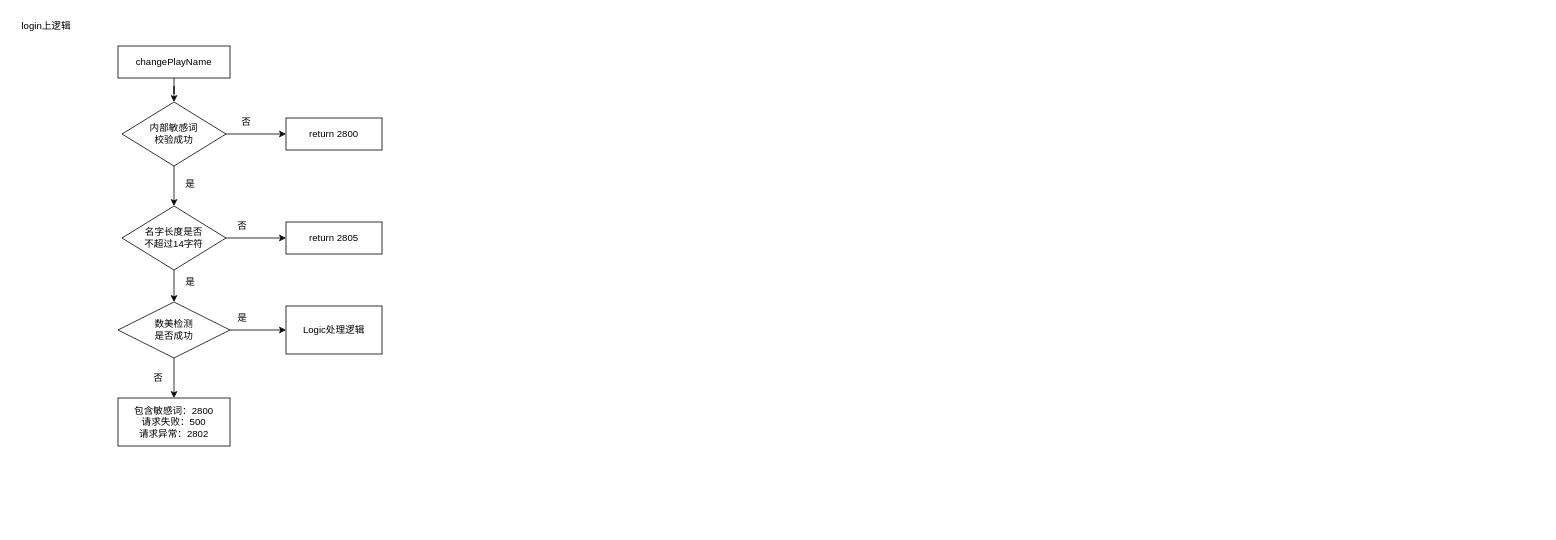
The draw.io diagram SSJJ2/修改角色名备注名.drawio in Ordertiny/graph, before the edit. Source tidied: cells renumbered, new cells numbered last; positions are measured from the earlier drawing's top-left corner, leaving out a move shared by most shapes. Both pictures are drawn from the tidied source at 80%, with x=0, y=0 at pixel (14, 14).
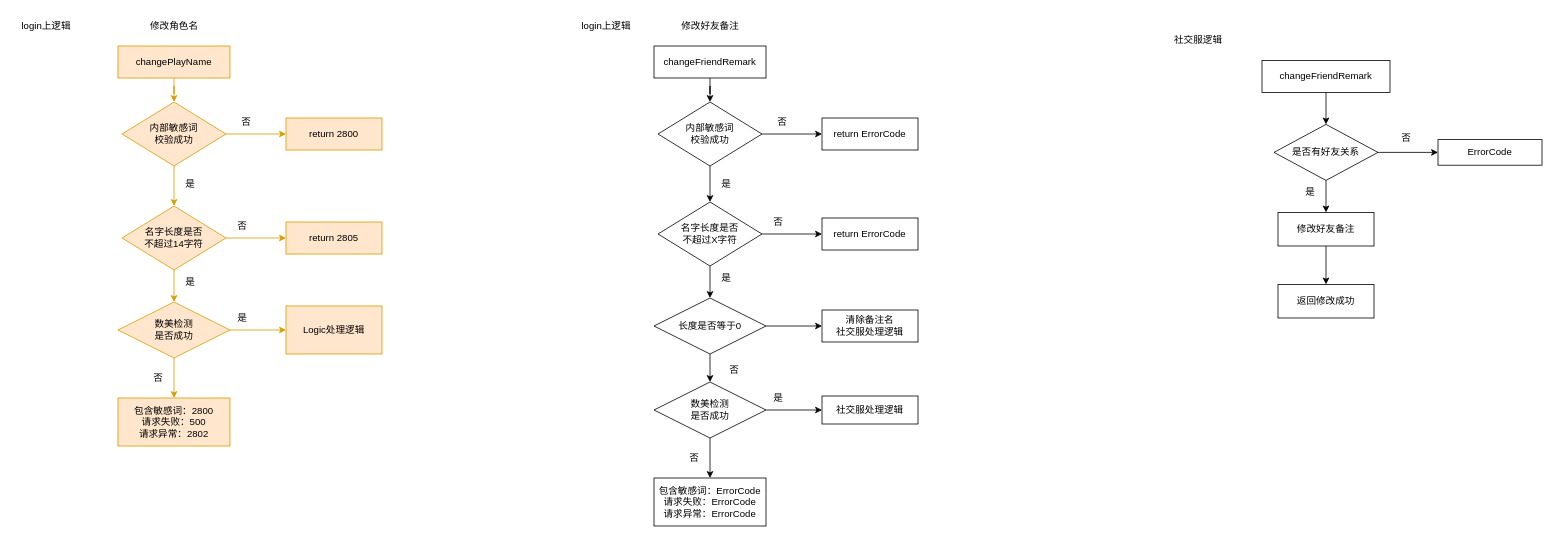
The same page after the edit.

Commit message (it also covers changes not shown here):
更新修改角色名备注名.drawio

Diff of the diagram source:
```diff
@@
-    <mxCell id="2" style="edgeStyle=orthogonalEdgeStyle;rounded=0;jettySize=auto;html=1;exitX=0.5;exitY=1;exitDx=0;exitDy=0;" parent="1" edge="1" source="3" target="6">
+    <mxCell id="2" style="edgeStyle=orthogonalEdgeStyle;rounded=0;jettySize=auto;html=1;exitX=0.5;exitY=1;exitDx=0;exitDy=0;fillColor=#ffe6cc;strokeColor=#d79b00;" parent="1" edge="1" source="3" target="6">
       <mxGeometry relative="1" as="geometry" />
     </mxCell>
-    <mxCell id="3" value="changePlayName" style="rounded=0;whiteSpace=wrap;html=1;" parent="1" vertex="1">
+    <mxCell id="3" value="changePlayName" style="rounded=0;whiteSpace=wrap;html=1;fillColor=#ffe6cc;strokeColor=#d79b00;" parent="1" vertex="1">
       <mxGeometry x="130" y="40" width="140" height="40" as="geometry" />
     </mxCell>
-    <mxCell id="4" style="edgeStyle=orthogonalEdgeStyle;rounded=0;jettySize=auto;html=1;exitX=1;exitY=0.5;exitDx=0;exitDy=0;" parent="1" edge="1" source="6" target="10">
+    <mxCell id="4" style="edgeStyle=orthogonalEdgeStyle;rounded=0;jettySize=auto;html=1;exitX=1;exitY=0.5;exitDx=0;exitDy=0;fillColor=#ffe6cc;strokeColor=#d79b00;" parent="1" edge="1" source="6" target="10">
       <mxGeometry relative="1" as="geometry" />
     </mxCell>
-    <mxCell id="5" style="edgeStyle=orthogonalEdgeStyle;rounded=0;jettySize=auto;html=1;exitX=0.5;exitY=1;exitDx=0;exitDy=0;entryX=0.5;entryY=0;entryDx=0;entryDy=0;" parent="1" edge="1" source="6" target="9">
+    <mxCell id="5" style="edgeStyle=orthogonalEdgeStyle;rounded=0;jettySize=auto;html=1;exitX=0.5;exitY=1;exitDx=0;exitDy=0;entryX=0.5;entryY=0;entryDx=0;entryDy=0;fillColor=#ffe6cc;strokeColor=#d79b00;" parent="1" edge="1" source="6" target="9">
       <mxGeometry relative="1" as="geometry" />
     </mxCell>
-    <mxCell id="6" value="内部敏感词&lt;br&gt;校验成功" style="rhombus;whiteSpace=wrap;html=1;" parent="1" vertex="1">
+    <mxCell id="6" value="内部敏感词&lt;br&gt;校验成功" style="rhombus;whiteSpace=wrap;html=1;fillColor=#ffe6cc;strokeColor=#d79b00;" parent="1" vertex="1">
       <mxGeometry x="135" y="110" width="130" height="80" as="geometry" />
     </mxCell>
-    <mxCell id="7" style="edgeStyle=orthogonalEdgeStyle;rounded=0;jettySize=auto;html=1;exitX=1;exitY=0.5;exitDx=0;exitDy=0;" parent="1" edge="1" source="9" target="11">
+    <mxCell id="7" style="edgeStyle=orthogonalEdgeStyle;rounded=0;jettySize=auto;html=1;exitX=1;exitY=0.5;exitDx=0;exitDy=0;fillColor=#ffe6cc;strokeColor=#d79b00;" parent="1" edge="1" source="9" target="11">
       <mxGeometry relative="1" as="geometry" />
     </mxCell>
-    <mxCell id="8" style="edgeStyle=orthogonalEdgeStyle;rounded=0;jettySize=auto;html=1;exitX=0.5;exitY=1;exitDx=0;exitDy=0;" parent="1" edge="1" source="9" target="16">
+    <mxCell id="8" style="edgeStyle=orthogonalEdgeStyle;rounded=0;jettySize=auto;html=1;exitX=0.5;exitY=1;exitDx=0;exitDy=0;fillColor=#ffe6cc;strokeColor=#d79b00;" parent="1" edge="1" source="9" target="16">
       <mxGeometry relative="1" as="geometry" />
     </mxCell>
-    <mxCell id="9" value="名字长度是否&lt;br&gt;不超过14字符" style="rhombus;whiteSpace=wrap;html=1;" parent="1" vertex="1">
+    <mxCell id="9" value="名字长度是否&lt;br&gt;不超过14字符" style="rhombus;whiteSpace=wrap;html=1;fillColor=#ffe6cc;strokeColor=#d79b00;" parent="1" vertex="1">
       <mxGeometry x="135" y="240" width="130" height="80" as="geometry" />
     </mxCell>
-    <mxCell id="10" value="return&amp;nbsp;2800" style="whiteSpace=wrap;html=1;" parent="1" vertex="1">
+    <mxCell id="10" value="return&amp;nbsp;2800" style="whiteSpace=wrap;html=1;fillColor=#ffe6cc;strokeColor=#d79b00;" parent="1" vertex="1">
       <mxGeometry x="340" y="130" width="120" height="40" as="geometry" />
     </mxCell>
-    <mxCell id="11" value="return&amp;nbsp;2805" style="whiteSpace=wrap;html=1;" parent="1" vertex="1">
+    <mxCell id="11" value="return&amp;nbsp;2805" style="whiteSpace=wrap;html=1;fillColor=#ffe6cc;strokeColor=#d79b00;" parent="1" vertex="1">
       <mxGeometry x="340" y="260" width="120" height="40" as="geometry" />
     </mxCell>
-    <mxCell id="12" value="包含敏感词：2800&lt;br&gt;请求失败：500&lt;br&gt;请求异常：2802" style="rounded=0;whiteSpace=wrap;html=1;" parent="1" vertex="1">
+    <mxCell id="12" value="包含敏感词：2800&lt;br&gt;请求失败：500&lt;br&gt;请求异常：2802" style="rounded=0;whiteSpace=wrap;html=1;fillColor=#ffe6cc;strokeColor=#d79b00;" parent="1" vertex="1">
       <mxGeometry x="130" y="480" width="140" height="60" as="geometry" />
     </mxCell>
-    <mxCell id="13" value="Logic处理逻辑" style="rounded=0;whiteSpace=wrap;html=1;" parent="1" vertex="1">
+    <mxCell id="13" value="Logic处理逻辑" style="rounded=0;whiteSpace=wrap;html=1;fillColor=#ffe6cc;strokeColor=#d79b00;" parent="1" vertex="1">
       <mxGeometry x="340" y="365" width="120" height="60" as="geometry" />
     </mxCell>
-    <mxCell id="14" style="edgeStyle=orthogonalEdgeStyle;rounded=0;jettySize=auto;html=1;exitX=0.5;exitY=1;exitDx=0;exitDy=0;" parent="1" edge="1" source="16" target="12">
+    <mxCell id="14" style="edgeStyle=orthogonalEdgeStyle;rounded=0;jettySize=auto;html=1;exitX=0.5;exitY=1;exitDx=0;exitDy=0;fillColor=#ffe6cc;strokeColor=#d79b00;" parent="1" edge="1" source="16" target="12">
       <mxGeometry relative="1" as="geometry" />
     </mxCell>
-    <mxCell id="15" style="edgeStyle=orthogonalEdgeStyle;rounded=0;jettySize=auto;html=1;exitX=1;exitY=0.5;exitDx=0;exitDy=0;" parent="1" edge="1" source="16" target="13">
+    <mxCell id="15" style="edgeStyle=orthogonalEdgeStyle;rounded=0;jettySize=auto;html=1;exitX=1;exitY=0.5;exitDx=0;exitDy=0;fillColor=#ffe6cc;strokeColor=#d79b00;" parent="1" edge="1" source="16" target="13">
       <mxGeometry relative="1" as="geometry" />
     </mxCell>
-    <mxCell id="16" value="数美检测&lt;br&gt;是否成功" style="rhombus;whiteSpace=wrap;html=1;" parent="1" vertex="1">
+    <mxCell id="16" value="数美检测&lt;br&gt;是否成功" style="rhombus;whiteSpace=wrap;html=1;fillColor=#ffe6cc;strokeColor=#d79b00;" parent="1" vertex="1">
       <mxGeometry x="130" y="360" width="140" height="70" as="geometry" />
     </mxCell>
@@
+    <mxCell id="24" style="edgeStyle=orthogonalEdgeStyle;rounded=0;jettySize=auto;html=1;exitX=0.5;exitY=1;exitDx=0;exitDy=0;" parent="1" edge="1" source="25" target="28">
+      <mxGeometry relative="1" as="geometry" />
+    </mxCell>
+    <mxCell id="25" value="changeFriendRemark" style="rounded=0;whiteSpace=wrap;html=1;" parent="1" vertex="1">
+      <mxGeometry x="800" y="40" width="140" height="40" as="geometry" />
+    </mxCell>
+    <mxCell id="26" style="edgeStyle=orthogonalEdgeStyle;rounded=0;jettySize=auto;html=1;exitX=1;exitY=0.5;exitDx=0;exitDy=0;" parent="1" edge="1" source="28" target="32">
+      <mxGeometry relative="1" as="geometry" />
+    </mxCell>
+    <mxCell id="27" style="edgeStyle=orthogonalEdgeStyle;rounded=0;jettySize=auto;html=1;exitX=0.5;exitY=1;exitDx=0;exitDy=0;entryX=0.5;entryY=0;entryDx=0;entryDy=0;" parent="1" edge="1" source="28" target="31">
+      <mxGeometry relative="1" as="geometry" />
+    </mxCell>
+    <mxCell id="28" value="内部敏感词&lt;br&gt;校验成功" style="rhombus;whiteSpace=wrap;html=1;" parent="1" vertex="1">
+      <mxGeometry x="805" y="110" width="130" height="80" as="geometry" />
+    </mxCell>
+    <mxCell id="29" style="edgeStyle=orthogonalEdgeStyle;rounded=0;jettySize=auto;html=1;exitX=1;exitY=0.5;exitDx=0;exitDy=0;" parent="1" edge="1" source="31" target="33">
+      <mxGeometry relative="1" as="geometry" />
+    </mxCell>
+    <mxCell id="30" style="edgeStyle=orthogonalEdgeStyle;rounded=0;jettySize=auto;html=1;exitX=0.5;exitY=1;exitDx=0;exitDy=0;" parent="1" edge="1" source="31" target="48">
+      <mxGeometry relative="1" as="geometry" />
+    </mxCell>
+    <mxCell id="31" value="名字长度是否&lt;br&gt;不超过X字符" style="rhombus;whiteSpace=wrap;html=1;" parent="1" vertex="1">
+      <mxGeometry x="805" y="235" width="130" height="80" as="geometry" />
+    </mxCell>
+    <mxCell id="32" value="return&amp;nbsp;ErrorCode" style="whiteSpace=wrap;html=1;" parent="1" vertex="1">
+      <mxGeometry x="1010" y="130" width="120" height="40" as="geometry" />
+    </mxCell>
+    <mxCell id="33" value="return&amp;nbsp;ErrorCode" style="whiteSpace=wrap;html=1;" parent="1" vertex="1">
+      <mxGeometry x="1010" y="255" width="120" height="40" as="geometry" />
+    </mxCell>
+    <mxCell id="34" value="包含敏感词：ErrorCode&lt;br&gt;请求失败：ErrorCode&lt;br&gt;请求异常：ErrorCode" style="rounded=0;whiteSpace=wrap;html=1;" parent="1" vertex="1">
+      <mxGeometry x="800" y="580" width="140" height="60" as="geometry" />
+    </mxCell>
+    <mxCell id="35" value="社交服处理逻辑" style="rounded=0;whiteSpace=wrap;html=1;" parent="1" vertex="1">
+      <mxGeometry x="1010" y="477.5" width="120" height="35" as="geometry" />
+    </mxCell>
+    <mxCell id="36" style="edgeStyle=orthogonalEdgeStyle;rounded=0;jettySize=auto;html=1;exitX=0.5;exitY=1;exitDx=0;exitDy=0;" parent="1" edge="1" source="38" target="34">
+      <mxGeometry relative="1" as="geometry" />
+    </mxCell>
+    <mxCell id="37" style="edgeStyle=orthogonalEdgeStyle;rounded=0;jettySize=auto;html=1;exitX=1;exitY=0.5;exitDx=0;exitDy=0;" parent="1" edge="1" source="38" target="35">
+      <mxGeometry relative="1" as="geometry" />
+    </mxCell>
+    <mxCell id="38" value="数美检测&lt;br&gt;是否成功" style="rhombus;whiteSpace=wrap;html=1;" parent="1" vertex="1">
+      <mxGeometry x="800" y="460" width="140" height="70" as="geometry" />
+    </mxCell>
+    <mxCell id="39" value="否" style="text;html=1;align=center;verticalAlign=middle;strokeColor=none;fillColor=none;" parent="1" vertex="1">
+      <mxGeometry x="940" y="120" width="40" height="30" as="geometry" />
+    </mxCell>
+    <mxCell id="40" value="否" style="text;html=1;align=center;verticalAlign=middle;strokeColor=none;fillColor=none;" parent="1" vertex="1">
+      <mxGeometry x="935" y="245" width="40" height="30" as="geometry" />
+    </mxCell>
+    <mxCell id="41" value="否" style="text;html=1;align=center;verticalAlign=middle;strokeColor=none;fillColor=none;" parent="1" vertex="1">
+      <mxGeometry x="830" y="540" width="40" height="30" as="geometry" />
+    </mxCell>
+    <mxCell id="42" value="是" style="text;html=1;align=center;verticalAlign=middle;strokeColor=none;fillColor=none;" parent="1" vertex="1">
+      <mxGeometry x="870" y="198" width="40" height="30" as="geometry" />
+    </mxCell>
+    <mxCell id="43" value="是" style="text;html=1;align=center;verticalAlign=middle;strokeColor=none;fillColor=none;" parent="1" vertex="1">
+      <mxGeometry x="870" y="315" width="40" height="30" as="geometry" />
+    </mxCell>
+    <mxCell id="44" value="是" style="text;html=1;align=center;verticalAlign=middle;strokeColor=none;fillColor=none;" parent="1" vertex="1">
+      <mxGeometry x="935" y="465" width="40" height="30" as="geometry" />
+    </mxCell>
+    <mxCell id="45" value="login上逻辑" style="text;html=1;align=center;verticalAlign=middle;strokeColor=none;fillColor=none;" parent="1" vertex="1">
+      <mxGeometry x="700" width="80" height="30" as="geometry" />
+    </mxCell>
+    <mxCell id="46" style="edgeStyle=orthogonalEdgeStyle;rounded=0;jettySize=auto;html=1;exitX=0.5;exitY=1;exitDx=0;exitDy=0;entryX=0.5;entryY=0;entryDx=0;entryDy=0;" parent="1" edge="1" source="48" target="38">
+      <mxGeometry relative="1" as="geometry" />
+    </mxCell>
+    <mxCell id="47" style="edgeStyle=orthogonalEdgeStyle;rounded=0;jettySize=auto;html=1;exitX=1;exitY=0.5;exitDx=0;exitDy=0;" parent="1" edge="1" source="48" target="50">
+      <mxGeometry relative="1" as="geometry" />
+    </mxCell>
+    <mxCell id="48" value="长度是否等于0" style="rhombus;whiteSpace=wrap;html=1;" parent="1" vertex="1">
+      <mxGeometry x="800" y="355" width="140" height="70" as="geometry" />
+    </mxCell>
+    <mxCell id="49" value="否" style="text;html=1;align=center;verticalAlign=middle;strokeColor=none;fillColor=none;" parent="1" vertex="1">
+      <mxGeometry x="880" y="430" width="40" height="30" as="geometry" />
+    </mxCell>
+    <mxCell id="50" value="清除备注名&lt;br&gt;社交服处理逻辑" style="rounded=0;whiteSpace=wrap;html=1;" parent="1" vertex="1">
+      <mxGeometry x="1010" y="370" width="120" height="40" as="geometry" />
+    </mxCell>
+    <mxCell id="51" style="edgeStyle=orthogonalEdgeStyle;rounded=0;jettySize=auto;html=1;exitX=0.5;exitY=1;exitDx=0;exitDy=0;" parent="1" edge="1" source="52" target="57">
+      <mxGeometry relative="1" as="geometry" />
+    </mxCell>
+    <mxCell id="52" value="changeFriendRemark" style="rounded=0;whiteSpace=wrap;html=1;" parent="1" vertex="1">
+      <mxGeometry x="1560" y="58" width="160" height="40" as="geometry" />
+    </mxCell>
+    <mxCell id="53" value="社交服逻辑" style="text;html=1;align=center;verticalAlign=middle;strokeColor=none;fillColor=none;" parent="1" vertex="1">
+      <mxGeometry x="1440" y="18" width="80" height="30" as="geometry" />
+    </mxCell>
+    <mxCell id="54" value="ErrorCode" style="rounded=0;whiteSpace=wrap;html=1;" parent="1" vertex="1">
+      <mxGeometry x="1780" y="157" width="130" height="32" as="geometry" />
+    </mxCell>
+    <mxCell id="55" style="edgeStyle=orthogonalEdgeStyle;rounded=0;jettySize=auto;html=1;exitX=0.5;exitY=1;exitDx=0;exitDy=0;" parent="1" edge="1" source="57" target="59">
+      <mxGeometry relative="1" as="geometry" />
+    </mxCell>
+    <mxCell id="56" style="edgeStyle=orthogonalEdgeStyle;rounded=0;jettySize=auto;html=1;exitX=1;exitY=0.5;exitDx=0;exitDy=0;" parent="1" edge="1" source="57" target="54">
+      <mxGeometry relative="1" as="geometry" />
+    </mxCell>
+    <mxCell id="57" value="是否有好友关系" style="rhombus;whiteSpace=wrap;html=1;" parent="1" vertex="1">
+      <mxGeometry x="1575" y="138" width="130" height="70" as="geometry" />
+    </mxCell>
+    <mxCell id="58" style="edgeStyle=orthogonalEdgeStyle;rounded=0;jettySize=auto;html=1;exitX=0.5;exitY=1;exitDx=0;exitDy=0;" parent="1" edge="1" source="59" target="60">
+      <mxGeometry relative="1" as="geometry" />
+    </mxCell>
+    <mxCell id="59" value="修改好友备注" style="rounded=0;whiteSpace=wrap;html=1;" parent="1" vertex="1">
+      <mxGeometry x="1580" y="248" width="120" height="42" as="geometry" />
+    </mxCell>
+    <mxCell id="60" value="返回修改成功" style="rounded=0;whiteSpace=wrap;html=1;" parent="1" vertex="1">
+      <mxGeometry x="1580" y="338" width="120" height="42" as="geometry" />
+    </mxCell>
+    <mxCell id="61" value="否" style="text;html=1;align=center;verticalAlign=middle;strokeColor=none;fillColor=none;" parent="1" vertex="1">
+      <mxGeometry x="1720" y="140" width="40" height="30" as="geometry" />
+    </mxCell>
+    <mxCell id="62" value="是" style="text;html=1;align=center;verticalAlign=middle;strokeColor=none;fillColor=none;" parent="1" vertex="1">
+      <mxGeometry x="1600" y="208" width="40" height="30" as="geometry" />
+    </mxCell>
+    <mxCell id="63" value="修改角色名" style="text;html=1;align=center;verticalAlign=middle;strokeColor=none;fillColor=none;" parent="1" vertex="1">
+      <mxGeometry x="160" width="80" height="30" as="geometry" />
+    </mxCell>
+    <mxCell id="64" value="修改好友备注" style="text;html=1;align=center;verticalAlign=middle;strokeColor=none;fillColor=none;" parent="1" vertex="1">
+      <mxGeometry x="820" width="100" height="30" as="geometry" />
+    </mxCell>
```
